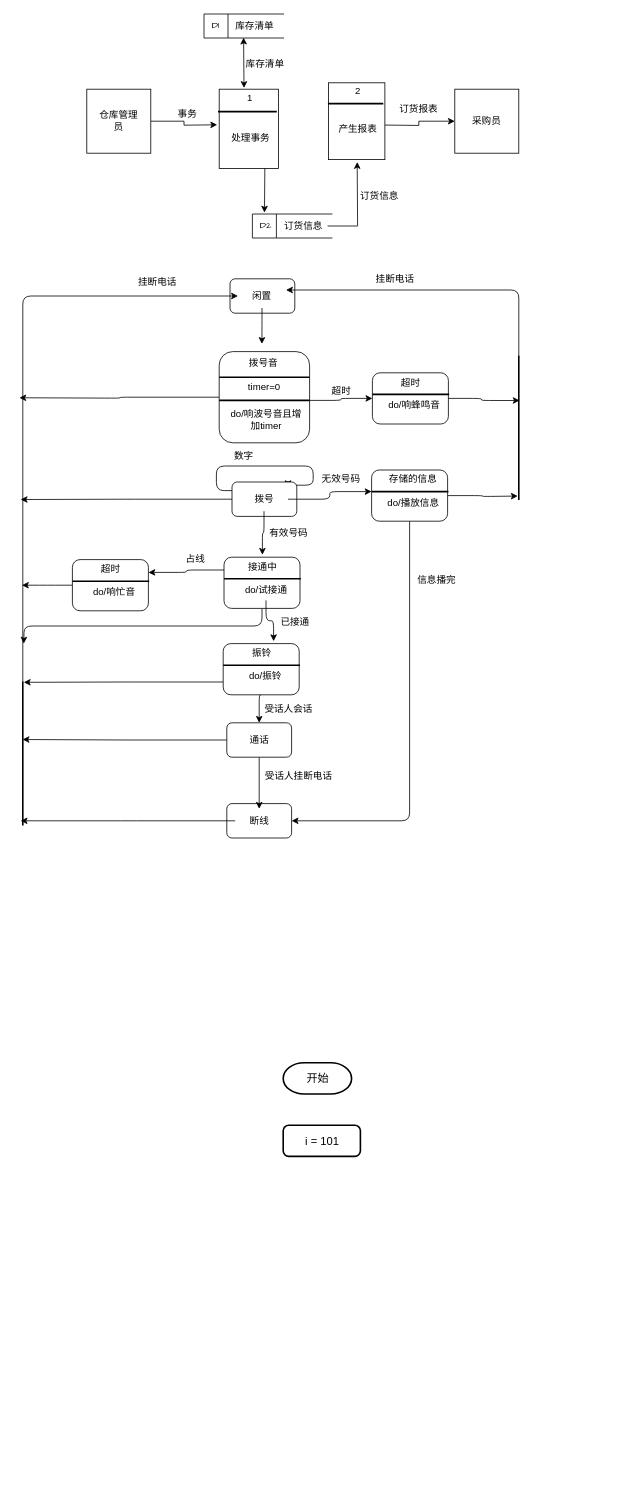
Earlier version of the draw.io diagram 未命名绘图.drawio (wangXingRunning/weige.github.io). Source tidied: cells renumbered, new cells numbered last; positions are measured from the earlier drawing's top-left corner, leaving out a move shared by most shapes. Both pictures are drawn from the tidied source at 80%, with x=0, y=0 at pixel (18, 14).
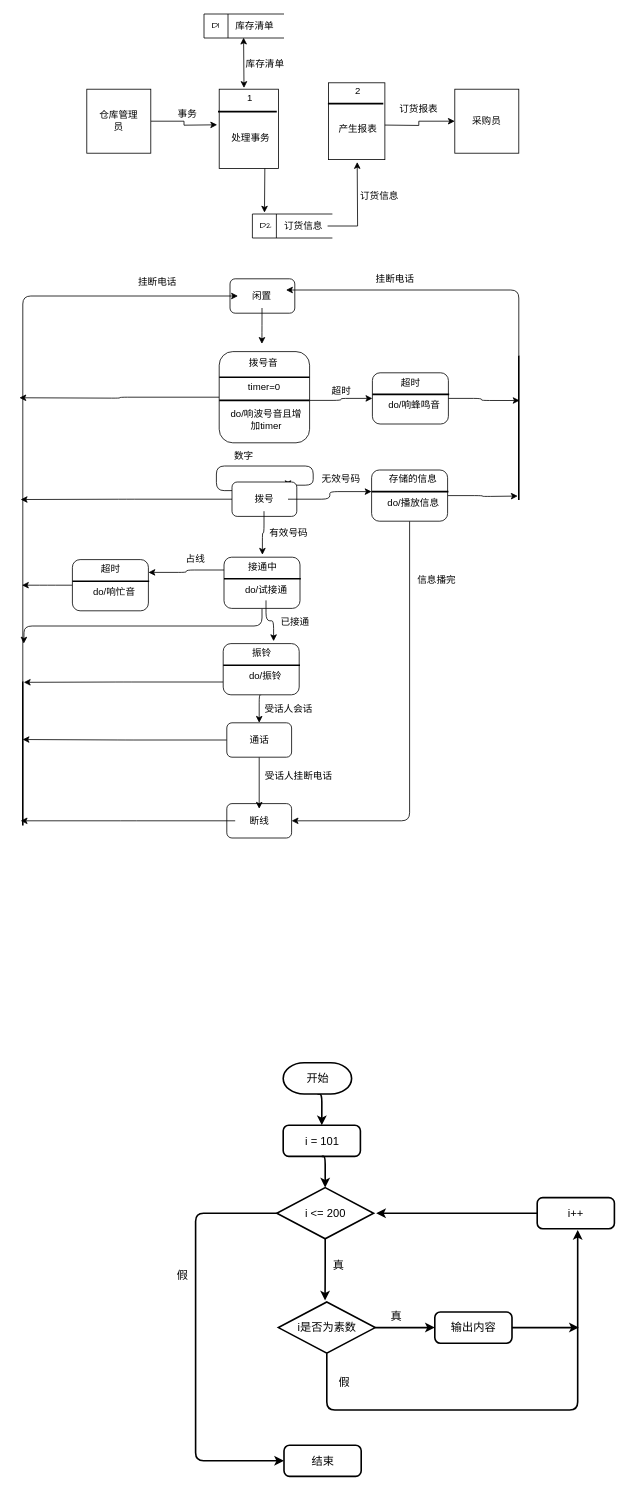
After the change.

Unchanged cells that the change refers to:
```xml
<mxCell id="95" value="&lt;font style=&quot;font-size: 14px;&quot;&gt;开始&lt;/font&gt;" style="strokeWidth=2;html=1;shape=mxgraph.flowchart.terminator;whiteSpace=wrap;" parent="1" vertex="1">
  <mxGeometry x="330.5" y="1311" width="85.5" height="39" as="geometry" />
</mxCell>
<mxCell id="96" value="&lt;font style=&quot;font-size: 14px;&quot;&gt;i = 101&lt;/font&gt;" style="rounded=1;whiteSpace=wrap;html=1;absoluteArcSize=1;arcSize=14;strokeWidth=2;" parent="1" vertex="1">
  <mxGeometry x="330.5" y="1389" width="96.5" height="39" as="geometry" />
</mxCell>
```

Change to the diagram source:
```diff
@@
+    <mxCell id="97" style="edgeStyle=orthogonalEdgeStyle;jettySize=auto;html=1;exitX=0.5;exitY=1;exitDx=0;exitDy=0;exitPerimeter=0;entryX=0.5;entryY=0;entryDx=0;entryDy=0;strokeWidth=2;" parent="1" edge="1" source="95" target="96">
+      <mxGeometry relative="1" as="geometry" />
+    </mxCell>
@@
+    <mxCell id="98" style="edgeStyle=orthogonalEdgeStyle;jettySize=auto;html=1;exitX=0.5;exitY=1;exitDx=0;exitDy=0;exitPerimeter=0;strokeWidth=2;" parent="1" edge="1" source="100">
+      <mxGeometry relative="1" as="geometry">
+        <mxPoint x="382.8" y="1608.1" as="targetPoint" />
+      </mxGeometry>
+    </mxCell>
+    <mxCell id="99" style="edgeStyle=orthogonalEdgeStyle;rounded=1;jettySize=auto;html=1;exitX=0;exitY=0.5;exitDx=0;exitDy=0;exitPerimeter=0;strokeColor=default;strokeWidth=2;align=center;verticalAlign=middle;fontFamily=Helvetica;fontSize=11;fontColor=default;labelBackgroundColor=default;endArrow=classic;entryX=0;entryY=0.5;entryDx=0;entryDy=0;" parent="1" edge="1" source="100" target="111">
+      <mxGeometry relative="1" as="geometry">
+        <Array as="points">
+          <mxPoint x="221" y="1499" />
+          <mxPoint x="221" y="1809" />
+        </Array>
+      </mxGeometry>
+    </mxCell>
+    <mxCell id="100" value="&lt;font style=&quot;font-size: 14px;&quot;&gt;i &amp;lt;= 200&lt;/font&gt;" style="strokeWidth=2;html=1;shape=mxgraph.flowchart.decision;whiteSpace=wrap;" parent="1" vertex="1">
+      <mxGeometry x="322.5" y="1467" width="121" height="64" as="geometry" />
+    </mxCell>
+    <mxCell id="101" style="edgeStyle=orthogonalEdgeStyle;jettySize=auto;html=1;exitX=0.5;exitY=1;exitDx=0;exitDy=0;entryX=0.5;entryY=0;entryDx=0;entryDy=0;entryPerimeter=0;strokeWidth=2;" parent="1" edge="1" source="96" target="100">
+      <mxGeometry relative="1" as="geometry" />
+    </mxCell>
+    <mxCell id="102" style="edgeStyle=orthogonalEdgeStyle;rounded=1;jettySize=auto;html=1;exitX=1;exitY=0.5;exitDx=0;exitDy=0;strokeColor=default;strokeWidth=2;align=center;verticalAlign=middle;fontFamily=Helvetica;fontSize=11;fontColor=default;labelBackgroundColor=default;endArrow=classic;" parent="1" edge="1" source="103">
+      <mxGeometry relative="1" as="geometry">
+        <mxPoint x="700" y="1642" as="targetPoint" />
+      </mxGeometry>
+    </mxCell>
+    <mxCell id="103" value="&lt;span style=&quot;font-size: 14px;&quot;&gt;输出内容&lt;/span&gt;" style="rounded=1;whiteSpace=wrap;html=1;absoluteArcSize=1;arcSize=14;strokeWidth=2;" parent="1" vertex="1">
+      <mxGeometry x="520" y="1622.5" width="96.5" height="39" as="geometry" />
+    </mxCell>
+    <mxCell id="104" style="edgeStyle=orthogonalEdgeStyle;jettySize=auto;html=1;exitX=1;exitY=0.5;exitDx=0;exitDy=0;exitPerimeter=0;entryX=0;entryY=0.5;entryDx=0;entryDy=0;strokeWidth=2;" parent="1" edge="1" source="106" target="103">
+      <mxGeometry relative="1" as="geometry" />
+    </mxCell>
+    <mxCell id="105" style="edgeStyle=orthogonalEdgeStyle;rounded=1;jettySize=auto;html=1;exitX=0.5;exitY=1;exitDx=0;exitDy=0;exitPerimeter=0;strokeColor=default;strokeWidth=2;align=center;verticalAlign=middle;fontFamily=Helvetica;fontSize=11;fontColor=default;labelBackgroundColor=default;endArrow=classic;" parent="1" edge="1" source="106">
+      <mxGeometry relative="1" as="geometry">
+        <mxPoint x="698.6" y="1519.9" as="targetPoint" />
+        <Array as="points">
+          <mxPoint x="385" y="1745" />
+          <mxPoint x="699" y="1745" />
+        </Array>
+      </mxGeometry>
+    </mxCell>
+    <mxCell id="106" value="&lt;span style=&quot;font-size: 14px;&quot;&gt;i是否为素数&lt;/span&gt;" style="strokeWidth=2;html=1;shape=mxgraph.flowchart.decision;whiteSpace=wrap;" parent="1" vertex="1">
+      <mxGeometry x="324.5" y="1610" width="121" height="64" as="geometry" />
+    </mxCell>
+    <mxCell id="107" value="&lt;font style=&quot;font-size: 14px;&quot;&gt;真&lt;/font&gt;" style="text;html=1;align=center;verticalAlign=middle;whiteSpace=wrap;rounded=0;" parent="1" vertex="1">
+      <mxGeometry x="370" y="1549" width="60" height="30" as="geometry" />
+    </mxCell>
+    <mxCell id="108" value="&lt;font style=&quot;font-size: 14px;&quot;&gt;真&lt;/font&gt;" style="text;html=1;align=center;verticalAlign=middle;whiteSpace=wrap;rounded=0;" parent="1" vertex="1">
+      <mxGeometry x="442" y="1613" width="60" height="30" as="geometry" />
+    </mxCell>
+    <mxCell id="109" style="edgeStyle=orthogonalEdgeStyle;rounded=1;jettySize=auto;html=1;exitX=0;exitY=0.5;exitDx=0;exitDy=0;strokeColor=default;strokeWidth=2;align=center;verticalAlign=middle;fontFamily=Helvetica;fontSize=11;fontColor=default;labelBackgroundColor=default;endArrow=classic;" parent="1" edge="1" source="110">
+      <mxGeometry relative="1" as="geometry">
+        <mxPoint x="446.7" y="1499.1" as="targetPoint" />
+      </mxGeometry>
+    </mxCell>
+    <mxCell id="110" value="&lt;span style=&quot;font-size: 14px;&quot;&gt;i++&lt;/span&gt;" style="rounded=1;whiteSpace=wrap;html=1;absoluteArcSize=1;arcSize=14;strokeWidth=2;" parent="1" vertex="1">
+      <mxGeometry x="648" y="1479.5" width="96.5" height="39" as="geometry" />
+    </mxCell>
+    <mxCell id="111" value="&lt;span style=&quot;font-size: 14px;&quot;&gt;结束&lt;/span&gt;" style="rounded=1;whiteSpace=wrap;html=1;absoluteArcSize=1;arcSize=14;strokeWidth=2;" parent="1" vertex="1">
+      <mxGeometry x="331.5" y="1789" width="96.5" height="39" as="geometry" />
+    </mxCell>
+    <mxCell id="112" value="&lt;span style=&quot;font-size: 14px;&quot;&gt;假&lt;/span&gt;" style="text;html=1;align=center;verticalAlign=middle;whiteSpace=wrap;rounded=0;" parent="1" vertex="1">
+      <mxGeometry x="175" y="1562" width="60" height="30" as="geometry" />
+    </mxCell>
+    <mxCell id="113" value="&lt;span style=&quot;font-size: 14px;&quot;&gt;假&lt;/span&gt;" style="text;html=1;align=center;verticalAlign=middle;whiteSpace=wrap;rounded=0;" parent="1" vertex="1">
+      <mxGeometry x="377" y="1696" width="60" height="30" as="geometry" />
+    </mxCell>
```
